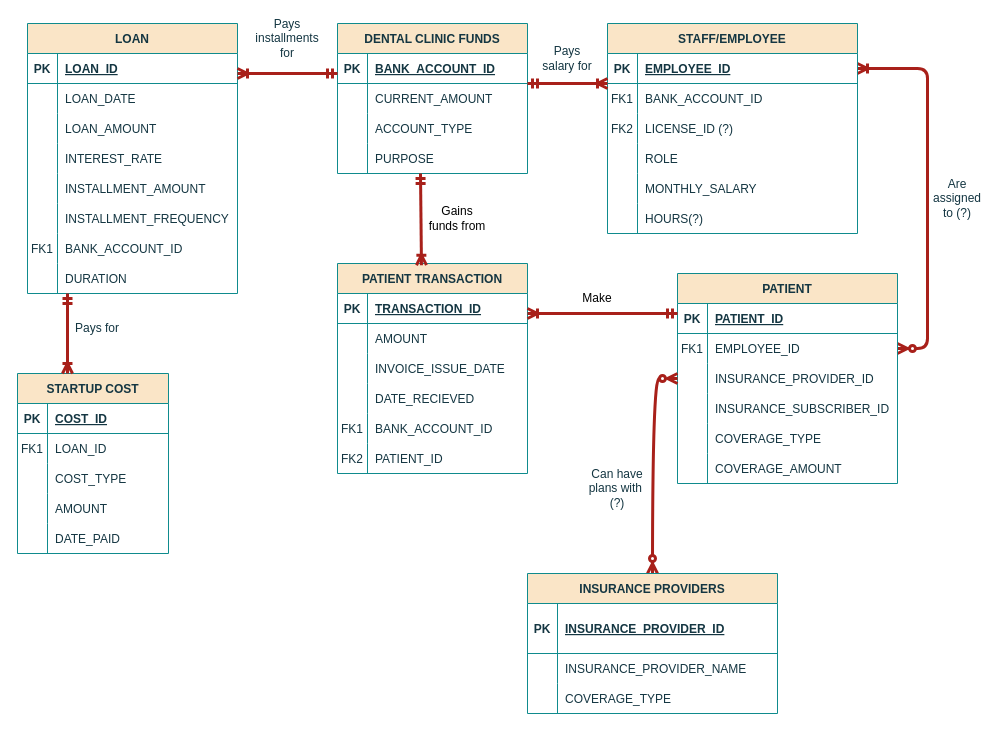
donjuli990/HW1 keeps this draw.io diagram as hw.drawio. Above is the earlier version. Source tidied: cells renumbered, new cells numbered last; positions are measured from the earlier drawing's top-left corner, leaving out a move shared by most shapes. Both pictures are drawn from the tidied source at 100%, with x=0, y=0 at pixel (17, 23).
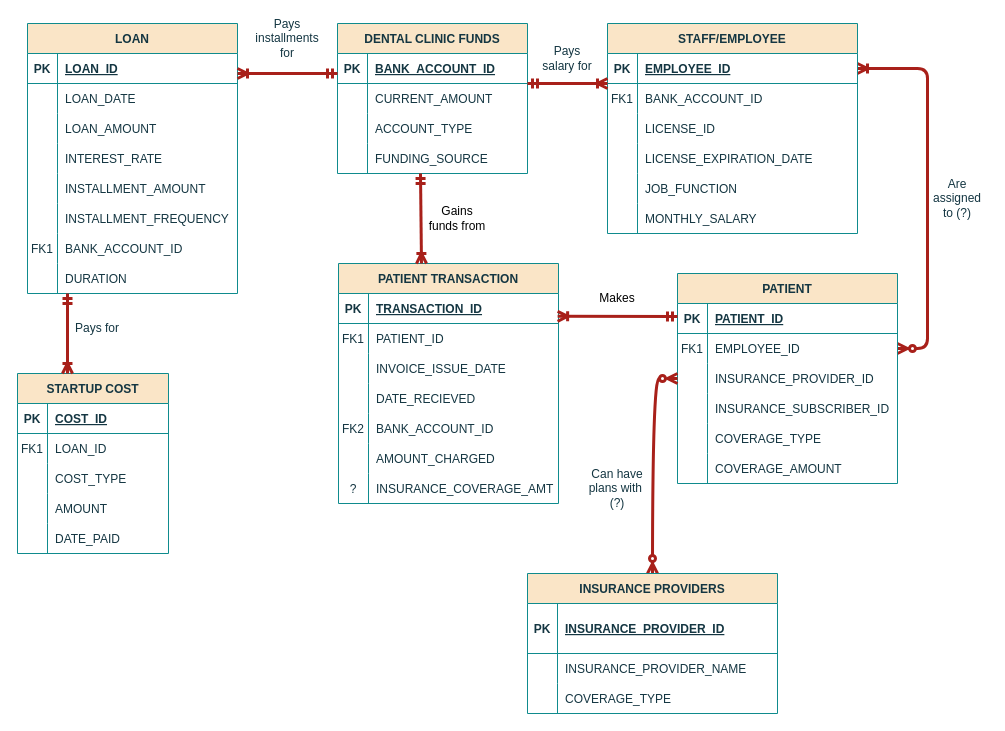
The same page after the edit.

Unchanged cells that the change refers to:
```xml
<mxCell id="10" style="shape=partialRectangle;fillColor=none;top=0;left=0;right=0;bottom=0;labelBackgroundColor=none;strokeColor=#0F8B8D;fontColor=#143642;" parent="3" vertex="1">
  <mxGeometry y="90" width="250" height="30" as="geometry" />
</mxCell>
<mxCell id="13" style="shape=partialRectangle;fillColor=none;top=0;left=0;right=0;bottom=0;labelBackgroundColor=none;strokeColor=#0F8B8D;fontColor=#143642;" parent="3" vertex="1">
  <mxGeometry y="120" width="250" height="30" as="geometry" />
</mxCell>
<mxCell id="16" style="shape=partialRectangle;fillColor=none;top=0;left=0;right=0;bottom=0;labelBackgroundColor=none;strokeColor=#0F8B8D;fontColor=#143642;" parent="3" vertex="1">
  <mxGeometry y="150" width="250" height="30" as="geometry" />
</mxCell>
<mxCell id="19" style="shape=partialRectangle;fillColor=none;top=0;left=0;right=0;bottom=0;labelBackgroundColor=none;strokeColor=#0F8B8D;fontColor=#143642;" parent="3" vertex="1">
  <mxGeometry y="180" width="250" height="30" as="geometry" />
</mxCell>
<mxCell id="107" style="shape=partialRectangle;fillColor=none;top=0;left=0;right=0;bottom=0;labelBackgroundColor=none;strokeColor=#0F8B8D;fontColor=#143642;" parent="97" vertex="1">
  <mxGeometry y="120" width="190" height="30" as="geometry" />
</mxCell>
```

Diff of the diagram source:
```diff
@@
-    <mxCell id="11" value="FK2" style="shape=partialRectangle;overflow=hidden;fillColor=none;top=0;left=0;bottom=0;right=0;labelBackgroundColor=none;strokeColor=#0F8B8D;fontColor=#143642;" parent="10" vertex="1">
+    <mxCell id="11" style="shape=partialRectangle;overflow=hidden;fillColor=none;top=0;left=0;bottom=0;right=0;labelBackgroundColor=none;strokeColor=#0F8B8D;fontColor=#143642;" parent="10" vertex="1">
       <mxGeometry width="30" height="30" as="geometry" />
     </mxCell>
-    <mxCell id="12" value="LICENSE_ID (?)" style="shape=partialRectangle;overflow=hidden;fillColor=none;top=0;left=0;bottom=0;right=0;align=left;spacingLeft=6;labelBackgroundColor=none;strokeColor=#0F8B8D;fontColor=#143642;" parent="10" vertex="1">
+    <mxCell id="12" value="LICENSE_ID" style="shape=partialRectangle;overflow=hidden;fillColor=none;top=0;left=0;bottom=0;right=0;align=left;spacingLeft=6;labelBackgroundColor=none;strokeColor=#0F8B8D;fontColor=#143642;" parent="10" vertex="1">
       <mxGeometry x="30" width="220" height="30" as="geometry" />
     </mxCell>
@@
-    <mxCell id="15" value="ROLE" style="shape=partialRectangle;overflow=hidden;fillColor=none;top=0;left=0;bottom=0;right=0;align=left;spacingLeft=6;labelBackgroundColor=none;strokeColor=#0F8B8D;fontColor=#143642;" parent="13" vertex="1">
+    <mxCell id="15" value="LICENSE_EXPIRATION_DATE" style="shape=partialRectangle;overflow=hidden;fillColor=none;top=0;left=0;bottom=0;right=0;align=left;spacingLeft=6;labelBackgroundColor=none;strokeColor=#0F8B8D;fontColor=#143642;" parent="13" vertex="1">
       <mxGeometry x="30" width="220" height="30" as="geometry" />
     </mxCell>
@@
-    <mxCell id="18" value="MONTHLY_SALARY" style="shape=partialRectangle;overflow=hidden;fillColor=none;top=0;left=0;bottom=0;right=0;align=left;spacingLeft=6;labelBackgroundColor=none;strokeColor=#0F8B8D;fontColor=#143642;" parent="16" vertex="1">
+    <mxCell id="18" value="JOB_FUNCTION" style="shape=partialRectangle;overflow=hidden;fillColor=none;top=0;left=0;bottom=0;right=0;align=left;spacingLeft=6;labelBackgroundColor=none;strokeColor=#0F8B8D;fontColor=#143642;" parent="16" vertex="1">
       <mxGeometry x="30" width="220" height="30" as="geometry" />
     </mxCell>
@@
-    <mxCell id="21" value="HOURS(?)" style="shape=partialRectangle;overflow=hidden;fillColor=none;top=0;left=0;bottom=0;right=0;align=left;spacingLeft=6;labelBackgroundColor=none;strokeColor=#0F8B8D;fontColor=#143642;" parent="19" vertex="1">
-      <mxGeometry x="30" width="220" height="30" as="geometry" />
-    </mxCell>
+    <mxCell id="137" value="MONTHLY_SALARY" style="shape=partialRectangle;overflow=hidden;fillColor=none;top=0;left=0;bottom=0;right=0;align=left;spacingLeft=6;labelBackgroundColor=none;strokeColor=#0F8B8D;fontColor=#143642;" parent="19" vertex="1">
+      <mxGeometry x="30" width="220" height="30" as="geometry" />
+    </mxCell>
@@
-    <mxCell id="109" value="PURPOSE" style="shape=partialRectangle;overflow=hidden;fillColor=none;top=0;left=0;bottom=0;right=0;align=left;spacingLeft=6;labelBackgroundColor=none;strokeColor=#0F8B8D;fontColor=#143642;" parent="107" vertex="1">
+    <mxCell id="109" value="FUNDING_SOURCE" style="shape=partialRectangle;overflow=hidden;fillColor=none;top=0;left=0;bottom=0;right=0;align=left;spacingLeft=6;labelBackgroundColor=none;strokeColor=#0F8B8D;fontColor=#143642;" parent="107" vertex="1">
       <mxGeometry x="30" width="160" height="30" as="geometry" />
     </mxCell>
@@
     <mxCell id="113" value="PATIENT TRANSACTION" style="shape=table;startSize=30;childLayout=tableLayout;rowLines=0;fontStyle=1;align=center;labelBackgroundColor=none;fillColor=#FAE5C7;strokeColor=#0F8B8D;fontColor=#143642;" parent="1" vertex="1">
-      <mxGeometry x="320" y="240" width="190" height="210" as="geometry" />
+      <mxGeometry x="321" y="240" width="220" height="240" as="geometry" />
     </mxCell>
     <mxCell id="114" style="shape=partialRectangle;fillColor=none;top=0;left=0;right=0;bottom=1;labelBackgroundColor=none;strokeColor=#0F8B8D;fontColor=#143642;" parent="113" vertex="1">
-      <mxGeometry y="30" width="190" height="30" as="geometry" />
+      <mxGeometry y="30" width="220" height="30" as="geometry" />
     </mxCell>
@@
     <mxCell id="116" value="TRANSACTION_ID" style="shape=partialRectangle;overflow=hidden;fillColor=none;top=0;left=0;bottom=0;right=0;align=left;spacingLeft=6;fontStyle=5;labelBackgroundColor=none;strokeColor=#0F8B8D;fontColor=#143642;" parent="114" vertex="1">
-      <mxGeometry x="30" width="160" height="30" as="geometry" />
+      <mxGeometry x="30" width="190" height="30" as="geometry" />
     </mxCell>
     <mxCell id="117" style="shape=partialRectangle;fillColor=none;points=[[0,0.5],[1,0.5]];portConstraint=eastwest;top=0;left=0;right=0;bottom=0;labelBackgroundColor=none;strokeColor=#0F8B8D;fontColor=#143642;" parent="113" vertex="1">
-      <mxGeometry y="60" width="190" height="30" as="geometry" />
+      <mxGeometry y="60" width="220" height="30" as="geometry" />
     </mxCell>
-    <mxCell id="118" style="shape=partialRectangle;overflow=hidden;fillColor=none;top=0;left=0;bottom=0;right=0;labelBackgroundColor=none;strokeColor=#0F8B8D;fontColor=#143642;" parent="117" vertex="1">
+    <mxCell id="118" value="FK1" style="shape=partialRectangle;overflow=hidden;fillColor=none;top=0;left=0;bottom=0;right=0;labelBackgroundColor=none;strokeColor=#0F8B8D;fontColor=#143642;" parent="117" vertex="1">
       <mxGeometry width="30" height="30" as="geometry" />
     </mxCell>
-    <mxCell id="119" value="AMOUNT" style="shape=partialRectangle;overflow=hidden;fillColor=none;top=0;left=0;bottom=0;right=0;align=left;spacingLeft=6;labelBackgroundColor=none;strokeColor=#0F8B8D;fontColor=#143642;" parent="117" vertex="1">
-      <mxGeometry x="30" width="160" height="30" as="geometry" />
+    <mxCell id="119" value="PATIENT_ID" style="shape=partialRectangle;overflow=hidden;fillColor=none;top=0;left=0;bottom=0;right=0;align=left;spacingLeft=6;labelBackgroundColor=none;strokeColor=#0F8B8D;fontColor=#143642;" parent="117" vertex="1">
+      <mxGeometry x="30" width="190" height="30" as="geometry" />
     </mxCell>
     <mxCell id="120" style="shape=partialRectangle;fillColor=none;top=0;left=0;right=0;bottom=0;labelBackgroundColor=none;strokeColor=#0F8B8D;fontColor=#143642;" parent="113" vertex="1">
-      <mxGeometry y="90" width="190" height="30" as="geometry" />
+      <mxGeometry y="90" width="220" height="30" as="geometry" />
     </mxCell>
@@
     <mxCell id="122" value="INVOICE_ISSUE_DATE" style="shape=partialRectangle;overflow=hidden;fillColor=none;top=0;left=0;bottom=0;right=0;align=left;spacingLeft=6;labelBackgroundColor=none;strokeColor=#0F8B8D;fontColor=#143642;" parent="120" vertex="1">
-      <mxGeometry x="30" width="160" height="30" as="geometry" />
+      <mxGeometry x="30" width="190" height="30" as="geometry" />
     </mxCell>
     <mxCell id="123" style="shape=partialRectangle;fillColor=none;top=0;left=0;right=0;bottom=0;labelBackgroundColor=none;strokeColor=#0F8B8D;fontColor=#143642;" parent="113" vertex="1">
-      <mxGeometry y="120" width="190" height="30" as="geometry" />
+      <mxGeometry y="120" width="220" height="30" as="geometry" />
     </mxCell>
@@
     <mxCell id="125" value="DATE_RECIEVED" style="shape=partialRectangle;overflow=hidden;fillColor=none;top=0;left=0;bottom=0;right=0;align=left;spacingLeft=6;labelBackgroundColor=none;strokeColor=#0F8B8D;fontColor=#143642;" parent="123" vertex="1">
-      <mxGeometry x="30" width="160" height="30" as="geometry" />
+      <mxGeometry x="30" width="190" height="30" as="geometry" />
     </mxCell>
     <mxCell id="126" style="shape=partialRectangle;fillColor=none;top=0;left=0;right=0;bottom=0;labelBackgroundColor=none;strokeColor=#0F8B8D;fontColor=#143642;" parent="113" vertex="1">
-      <mxGeometry y="150" width="190" height="30" as="geometry" />
+      <mxGeometry y="150" width="220" height="30" as="geometry" />
     </mxCell>
-    <mxCell id="127" value="FK1" style="shape=partialRectangle;overflow=hidden;fillColor=none;top=0;left=0;bottom=0;right=0;labelBackgroundColor=none;strokeColor=#0F8B8D;fontColor=#143642;" parent="126" vertex="1">
+    <mxCell id="127" value="FK2" style="shape=partialRectangle;overflow=hidden;fillColor=none;top=0;left=0;bottom=0;right=0;labelBackgroundColor=none;strokeColor=#0F8B8D;fontColor=#143642;" parent="126" vertex="1">
       <mxGeometry width="30" height="30" as="geometry" />
     </mxCell>
     <mxCell id="128" value="BANK_ACCOUNT_ID" style="shape=partialRectangle;overflow=hidden;fillColor=none;top=0;left=0;bottom=0;right=0;align=left;spacingLeft=6;labelBackgroundColor=none;strokeColor=#0F8B8D;fontColor=#143642;" parent="126" vertex="1">
-      <mxGeometry x="30" width="160" height="30" as="geometry" />
+      <mxGeometry x="30" width="190" height="30" as="geometry" />
     </mxCell>
     <mxCell id="129" style="shape=partialRectangle;fillColor=none;top=0;left=0;right=0;bottom=0;labelBackgroundColor=none;strokeColor=#0F8B8D;fontColor=#143642;" parent="113" vertex="1">
-      <mxGeometry y="180" width="190" height="30" as="geometry" />
+      <mxGeometry y="180" width="220" height="30" as="geometry" />
     </mxCell>
-    <mxCell id="130" value="FK2" style="shape=partialRectangle;overflow=hidden;fillColor=none;top=0;left=0;bottom=0;right=0;labelBackgroundColor=none;strokeColor=#0F8B8D;fontColor=#143642;" parent="129" vertex="1">
+    <mxCell id="130" style="shape=partialRectangle;overflow=hidden;fillColor=none;top=0;left=0;bottom=0;right=0;labelBackgroundColor=none;strokeColor=#0F8B8D;fontColor=#143642;" parent="129" vertex="1">
       <mxGeometry width="30" height="30" as="geometry" />
     </mxCell>
-    <mxCell id="131" value="PATIENT_ID" style="shape=partialRectangle;overflow=hidden;fillColor=none;top=0;left=0;bottom=0;right=0;align=left;spacingLeft=6;labelBackgroundColor=none;strokeColor=#0F8B8D;fontColor=#143642;" parent="129" vertex="1">
-      <mxGeometry x="30" width="160" height="30" as="geometry" />
+    <mxCell id="131" value="AMOUNT_CHARGED" style="shape=partialRectangle;overflow=hidden;fillColor=none;top=0;left=0;bottom=0;right=0;align=left;spacingLeft=6;labelBackgroundColor=none;strokeColor=#0F8B8D;fontColor=#143642;" parent="129" vertex="1">
+      <mxGeometry x="30" width="190" height="30" as="geometry" />
     </mxCell>
+    <mxCell id="138" style="shape=partialRectangle;fillColor=none;top=0;left=0;right=0;bottom=0;labelBackgroundColor=none;strokeColor=#0F8B8D;fontColor=#143642;" parent="113" vertex="1">
+      <mxGeometry y="210" width="220" height="30" as="geometry" />
+    </mxCell>
+    <mxCell id="139" value="?" style="shape=partialRectangle;overflow=hidden;fillColor=none;top=0;left=0;bottom=0;right=0;labelBackgroundColor=none;strokeColor=#0F8B8D;fontColor=#143642;" parent="138" vertex="1">
+      <mxGeometry width="30" height="30" as="geometry" />
+    </mxCell>
+    <mxCell id="140" value="INSURANCE_COVERAGE_AMT" style="shape=partialRectangle;overflow=hidden;fillColor=none;top=0;left=0;bottom=0;right=0;align=left;spacingLeft=6;labelBackgroundColor=none;strokeColor=#0F8B8D;fontColor=#143642;" parent="138" vertex="1">
+      <mxGeometry x="30" width="190" height="30" as="geometry" />
+    </mxCell>
-    <mxCell id="132" style="endArrow=ERoneToMany;startArrow=ERmandOne;endFill=0;startFill=0;labelBackgroundColor=none;strokeColor=#A8201A;fontColor=default;strokeWidth=3;exitX=0;exitY=0.25;exitDx=0;exitDy=0;entryX=0.442;entryY=0.008;entryDx=0;entryDy=0;entryPerimeter=0;" parent="1" edge="1" target="113">
+    <mxCell id="132" style="endArrow=ERoneToMany;startArrow=ERmandOne;endFill=0;startFill=0;labelBackgroundColor=none;strokeColor=#A8201A;fontColor=default;strokeWidth=3;exitX=0;exitY=0.25;exitDx=0;exitDy=0;" parent="1" edge="1">
       <mxGeometry relative="1" as="geometry">
         <mxPoint x="403" y="150" as="sourcePoint" />
+        <mxPoint x="404" y="240" as="targetPoint" />
       </mxGeometry>
     </mxCell>
-    <mxCell id="133" style="endArrow=ERoneToMany;startArrow=ERmandOne;endFill=0;startFill=0;labelBackgroundColor=none;strokeColor=#A8201A;fontColor=default;strokeWidth=3;" parent="1" edge="1">
+    <mxCell id="133" style="endArrow=ERoneToMany;startArrow=ERmandOne;endFill=0;startFill=0;labelBackgroundColor=none;strokeColor=#A8201A;fontColor=default;strokeWidth=3;entryX=0.996;entryY=-0.24;entryDx=0;entryDy=0;entryPerimeter=0;" parent="1" edge="1" target="117">
       <mxGeometry relative="1" as="geometry">
-        <mxPoint x="660" y="290" as="sourcePoint" />
-        <mxPoint x="510" y="290" as="targetPoint" />
+        <mxPoint x="660" y="293" as="sourcePoint" />
       </mxGeometry>
     </mxCell>
@@
-    <mxCell id="136" value="Make" style="text;html=1;align=center;verticalAlign=middle;whiteSpace=wrap;rounded=0;" parent="1" vertex="1">
-      <mxGeometry x="550" y="260" width="60" height="30" as="geometry" />
+    <mxCell id="136" value="Makes" style="text;html=1;align=center;verticalAlign=middle;whiteSpace=wrap;rounded=0;" parent="1" vertex="1">
+      <mxGeometry x="570" y="260" width="60" height="30" as="geometry" />
     </mxCell>
```
